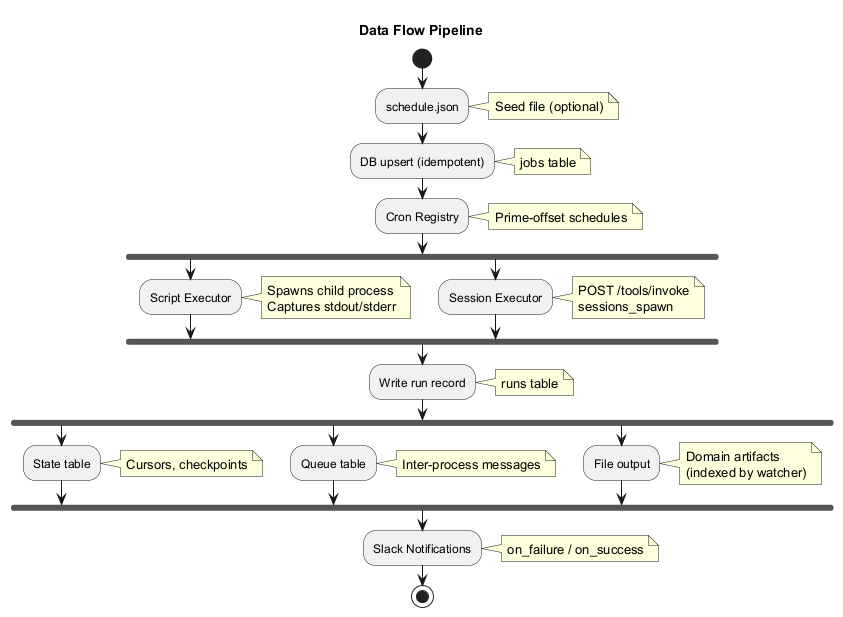
This is packages/service/assets/data-flow.png from karmaniverous/jeeves-runner, a PlantUML export, as it was before one commit. Source of this version:
```plantuml
@startuml data-flow
title Data Flow Pipeline

skinparam backgroundColor white
skinparam shadowing false
skinparam activityShape octagon

start

:schedule.json;
note right: Seed file (optional)

:DB upsert (idempotent);
note right: jobs table

:Cron Registry;
note right: Prime-offset schedules

fork
  :Script Executor;
  note right
    Spawns child process
    Captures stdout/stderr
  end note
fork again
  :Session Executor;
  note right
    POST /tools/invoke
    sessions_spawn
  end note
end fork

:Write run record;
note right: runs table

fork
  :State table;
  note right: Cursors, checkpoints
fork again
  :Queue table;
  note right: Inter-process messages
fork again
  :File output;
  note right
    Domain artifacts
    (indexed by watcher)
  end note
end fork

:Slack Notifications;
note right: on_failure / on_success

stop

@enduml
```
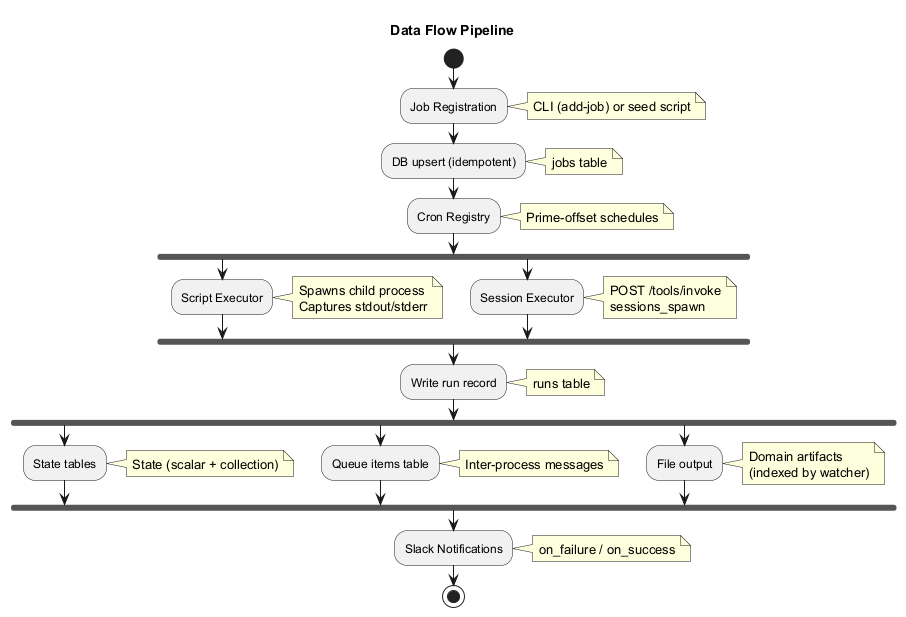
Later version of the same file.

Change to the diagram source:
```diff
@@ -7,8 +7,8 @@
 
 start
 
-:schedule.json;
-note right: Seed file (optional)
+:Job Registration;
+note right: CLI (add-job) or seed script
 
 :DB upsert (idempotent);
 note right: jobs table
@@ -34,10 +34,10 @@
 note right: runs table
 
 fork
-  :State table;
-  note right: Cursors, checkpoints
+  :State tables;
+  note right: State (scalar + collection)
 fork again
-  :Queue table;
+  :Queue items table;
   note right: Inter-process messages
 fork again
   :File output;
```
